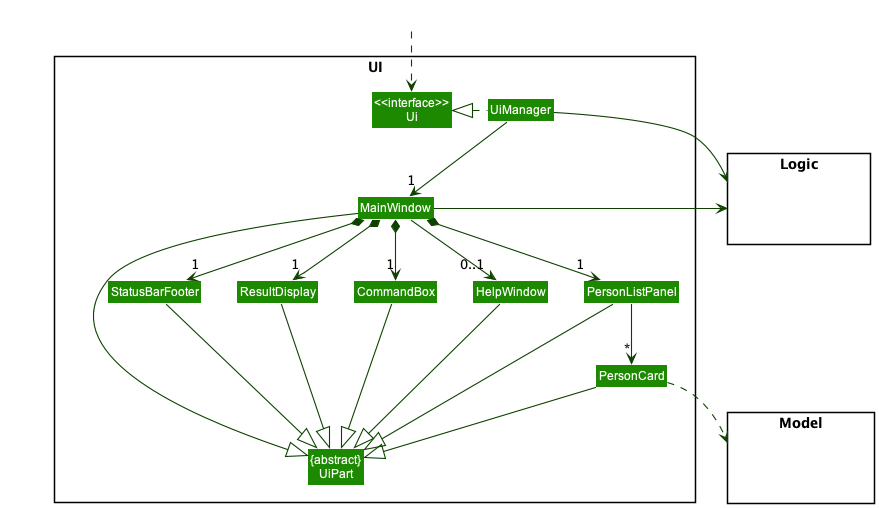
Before: docs/images/UiClassDiagram.png, a diagram exported from PlantUML (nus-cs2103-AY2223S1/tp).
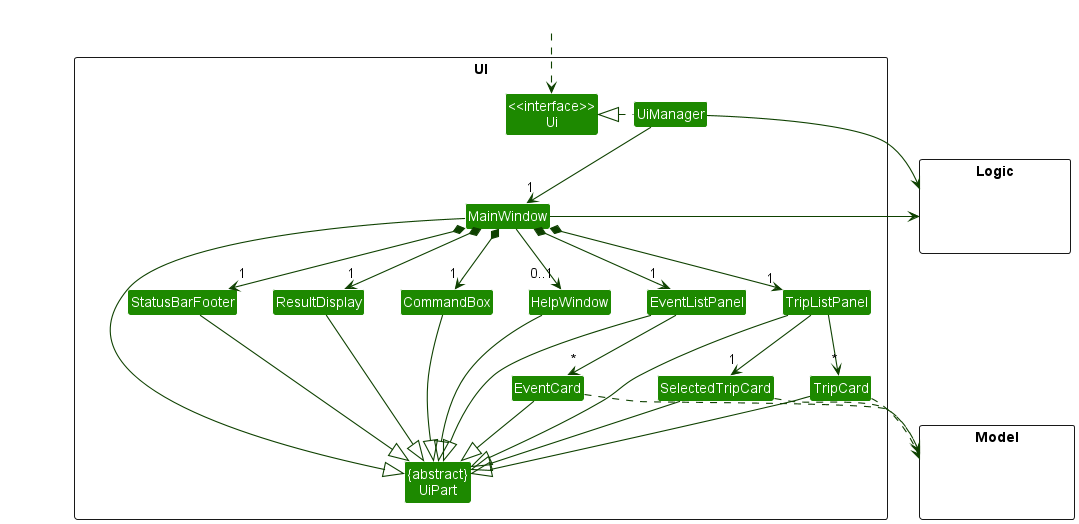
Later version of the same file.

Change to the diagram source:
```diff
@@ -11,8 +11,11 @@
 Class MainWindow
 Class HelpWindow
 Class ResultDisplay
-Class PersonListPanel
-Class PersonCard
+Class TripListPanel
+Class TripCard
+Class SelectedTripCard
+Class EventListPanel
+Class EventCard
 Class StatusBarFooter
 Class CommandBox
 }
@@ -32,26 +35,33 @@
 UiManager -down-> "1" MainWindow
 MainWindow *-down->  "1" CommandBox
 MainWindow *-down-> "1" ResultDisplay
-MainWindow *-down-> "1" PersonListPanel
+MainWindow *-down-> "1" TripListPanel
+MainWindow *-down-> "1" EventListPanel
 MainWindow *-down-> "1" StatusBarFooter
 MainWindow --> "0..1" HelpWindow
 
-PersonListPanel -down-> "*" PersonCard
-
+TripListPanel -down-> "*" TripCard
+TripListPanel -down-> "1" SelectedTripCard
+EventListPanel -down-> "*" EventCard
 MainWindow -left-|> UiPart
 
 ResultDisplay --|> UiPart
 CommandBox --|> UiPart
-PersonListPanel --|> UiPart
-PersonCard --|> UiPart
+TripListPanel --|> UiPart
+TripCard --|> UiPart
+SelectedTripCard --|> UiPart
+EventListPanel --|> UiPart
+EventCard --|> UiPart
 StatusBarFooter --|> UiPart
 HelpWindow --|> UiPart
 
-PersonCard ..> Model
+TripCard ..> Model
+SelectedTripCard ..> Model
+EventCard ..> Model
 UiManager -right-> Logic
 MainWindow -left-> Logic
 
-PersonListPanel -[hidden]left- HelpWindow
+TripListPanel -[hidden]left- HelpWindow
 HelpWindow -[hidden]left- CommandBox
 CommandBox -[hidden]left- ResultDisplay
 ResultDisplay -[hidden]left- StatusBarFooter
```
